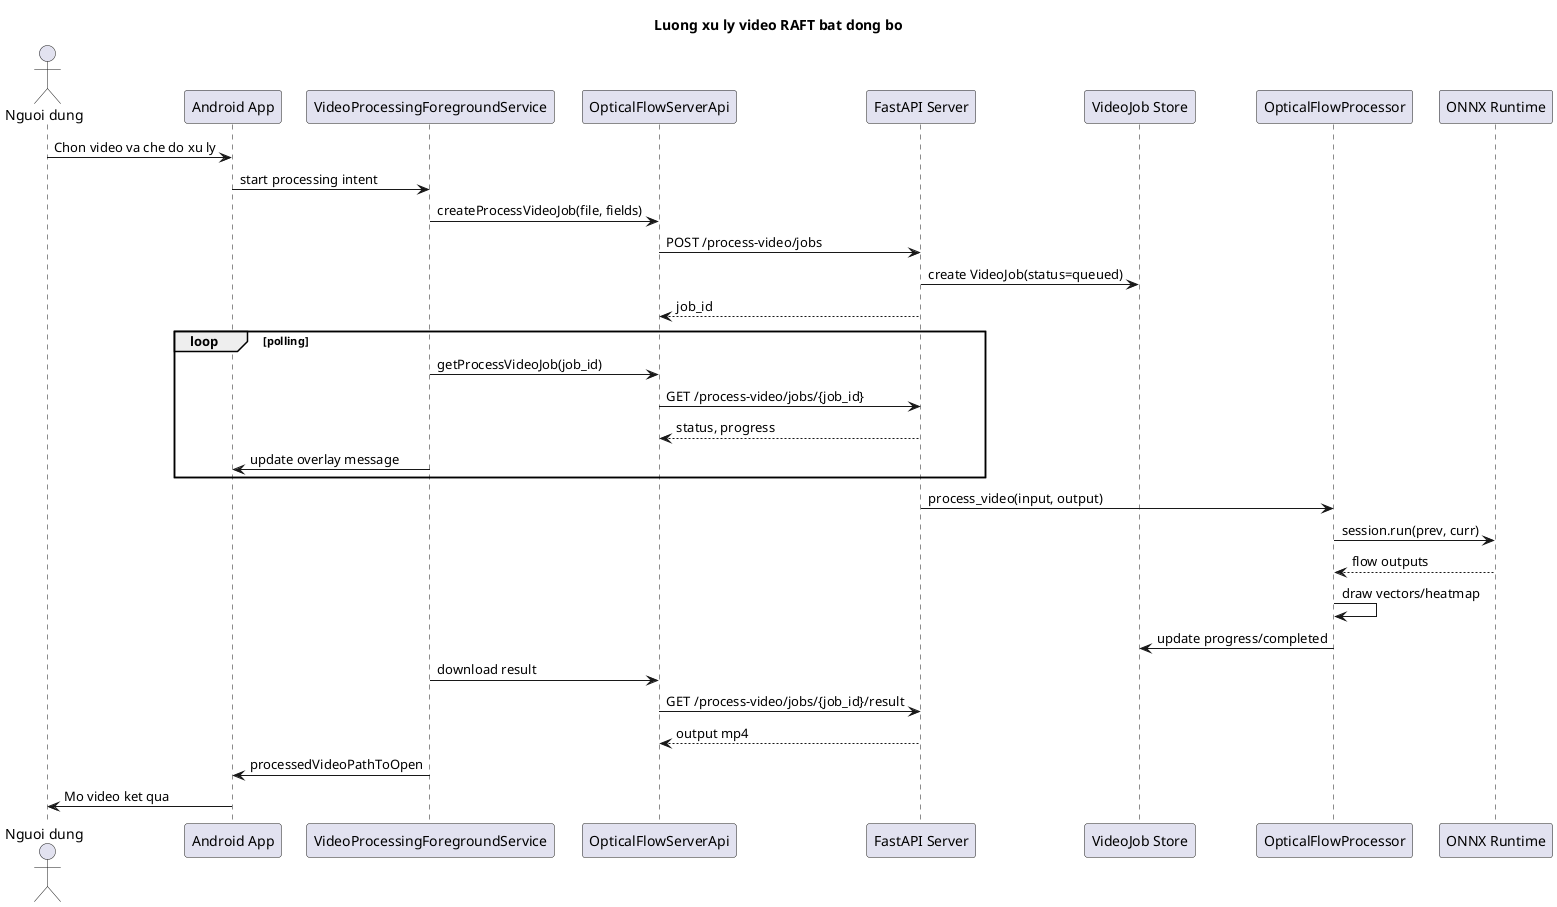
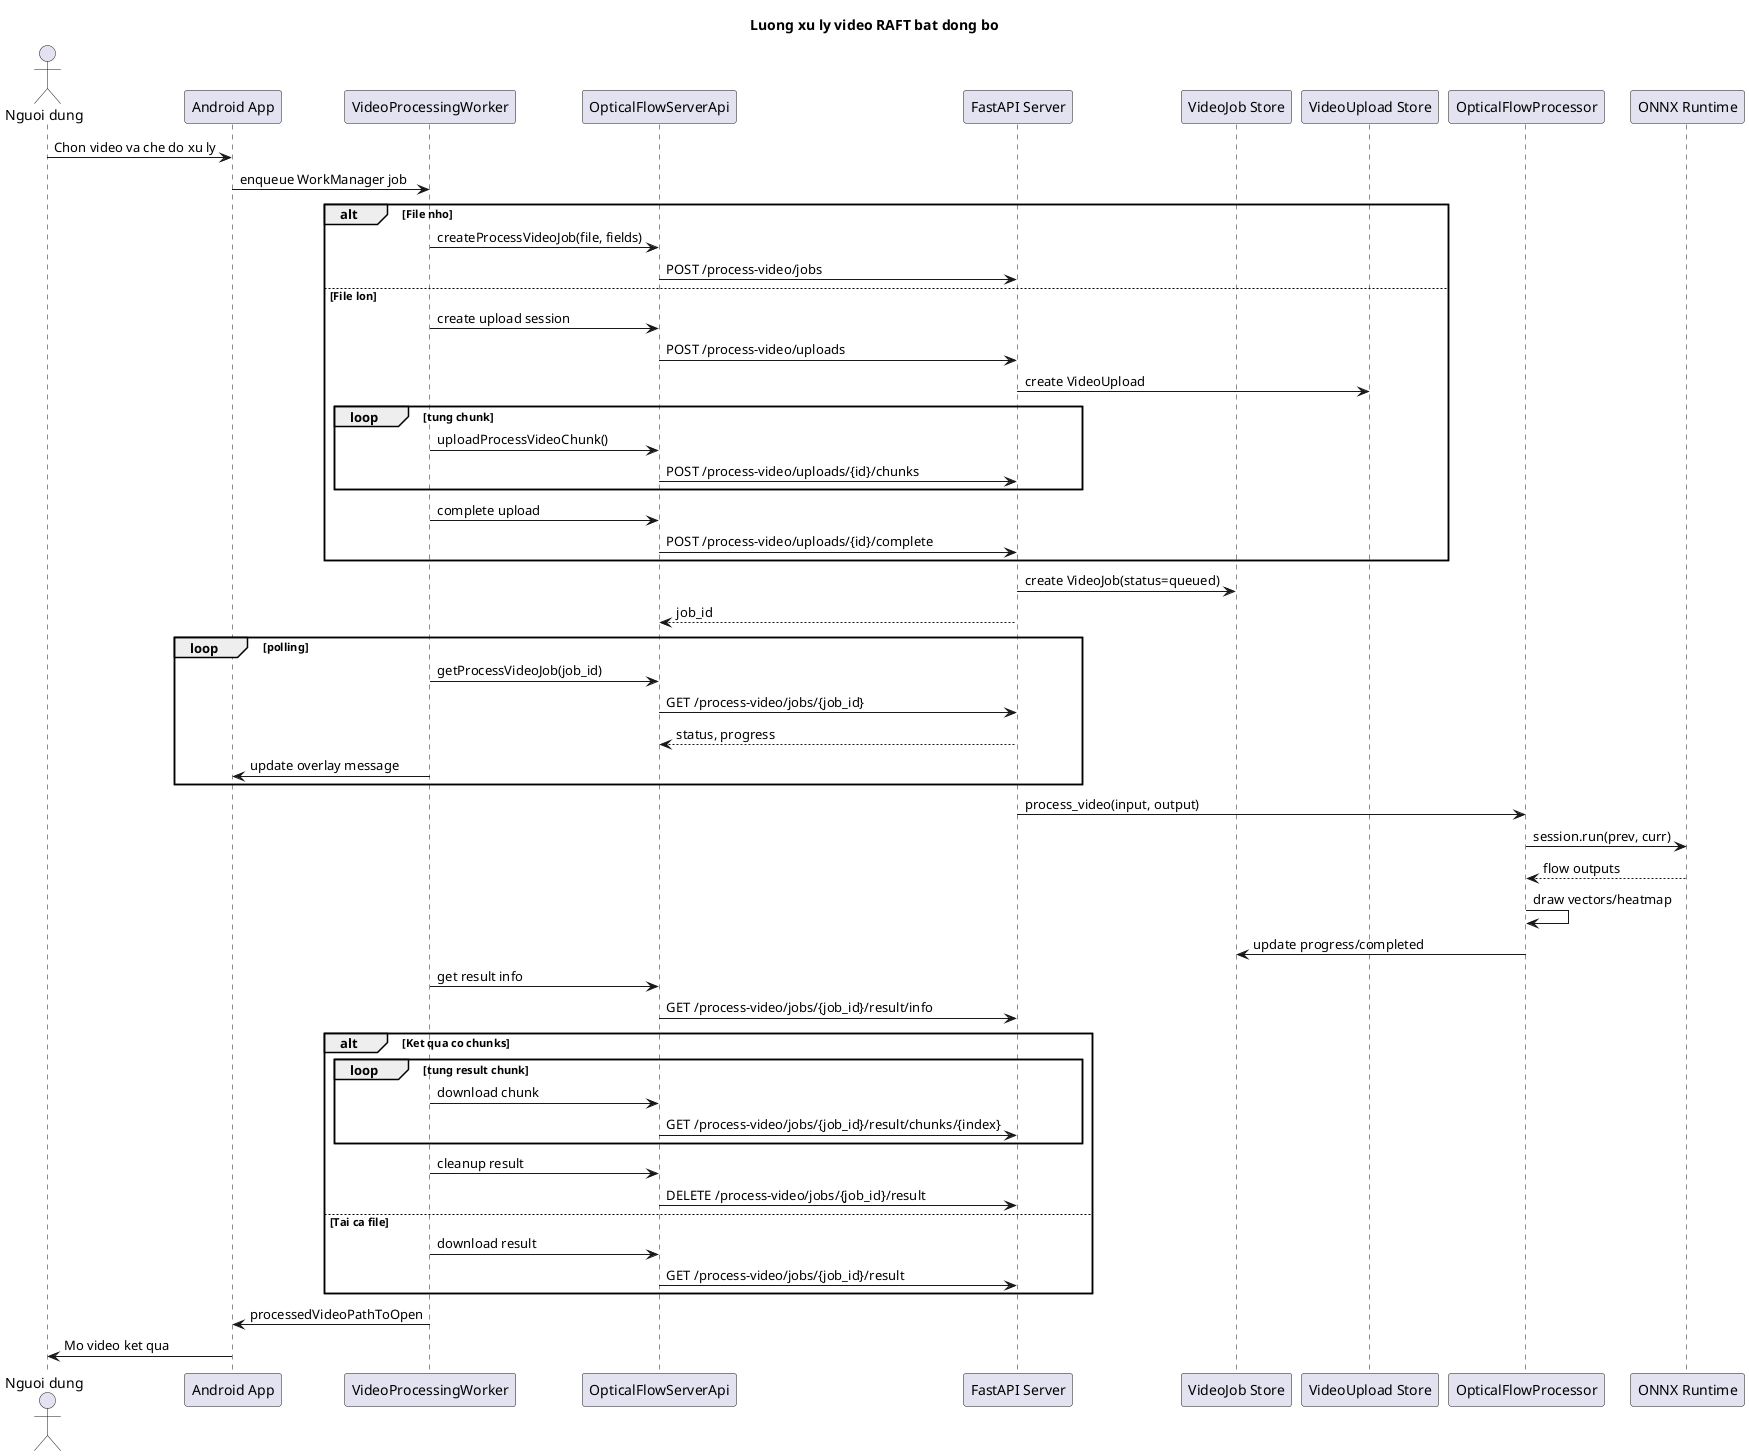
@startuml
title Luong xu ly video RAFT bat dong bo

actor "Nguoi dung" as User
participant "Android App" as App
- participant "VideoProcessingForegroundService" as Service
+ participant "VideoProcessingWorker" as Worker
participant "OpticalFlowServerApi" as Client
participant "FastAPI Server" as API
participant "VideoJob Store" as Store
+ participant "VideoUpload Store" as Upload
participant "OpticalFlowProcessor" as Processor
participant "ONNX Runtime" as ONNX

User -> App : Chon video va che do xu ly
- App -> Service : start processing intent
- Service -> Client : createProcessVideoJob(file, fields)
- Client -> API : POST /process-video/jobs
+ App -> Worker : enqueue WorkManager job
+ alt File nho
+   Worker -> Client : createProcessVideoJob(file, fields)
+   Client -> API : POST /process-video/jobs
+ else File lon
+   Worker -> Client : create upload session
+   Client -> API : POST /process-video/uploads
+   API -> Upload : create VideoUpload
+   loop tung chunk
+     Worker -> Client : uploadProcessVideoChunk()
+     Client -> API : POST /process-video/uploads/{id}/chunks
+   end
+   Worker -> Client : complete upload
+   Client -> API : POST /process-video/uploads/{id}/complete
+ end
API -> Store : create VideoJob(status=queued)
API --> Client : job_id

loop polling
-   Service -> Client : getProcessVideoJob(job_id)
+   Worker -> Client : getProcessVideoJob(job_id)
  Client -> API : GET /process-video/jobs/{job_id}
  API --> Client : status, progress
-   Service -> App : update overlay message
+   Worker -> App : update overlay message
end

API -> Processor : process_video(input, output)
Processor -> ONNX : session.run(prev, curr)
ONNX --> Processor : flow outputs
Processor -> Processor : draw vectors/heatmap
Processor -> Store : update progress/completed

- Service -> Client : download result
- Client -> API : GET /process-video/jobs/{job_id}/result
- API --> Client : output mp4
- Service -> App : processedVideoPathToOpen
+ Worker -> Client : get result info
+ Client -> API : GET /process-video/jobs/{job_id}/result/info
+ alt Ket qua co chunks
+   loop tung result chunk
+     Worker -> Client : download chunk
+     Client -> API : GET /process-video/jobs/{job_id}/result/chunks/{index}
+   end
+   Worker -> Client : cleanup result
+   Client -> API : DELETE /process-video/jobs/{job_id}/result
+ else Tai ca file
+   Worker -> Client : download result
+   Client -> API : GET /process-video/jobs/{job_id}/result
+ end
+ Worker -> App : processedVideoPathToOpen
App -> User : Mo video ket qua

@enduml
